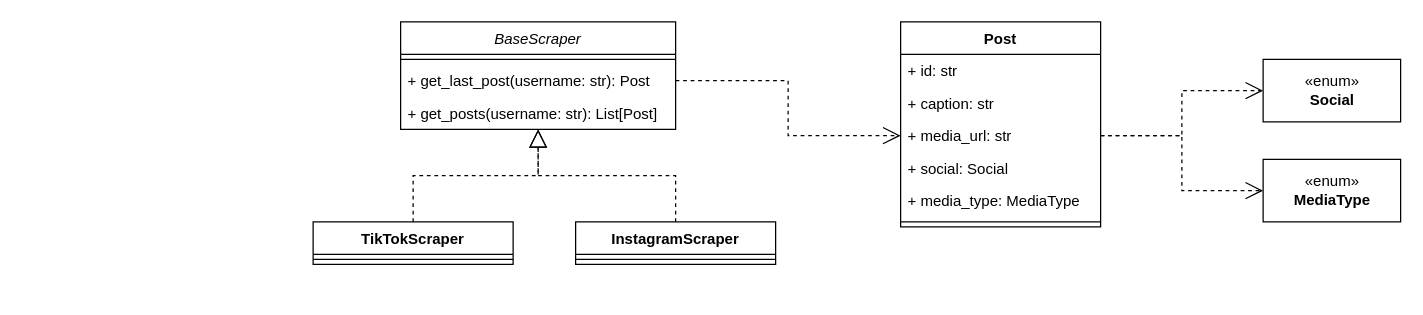
Earlier version of the draw.io diagram docs/assets/drawio/scraping_uml.drawio (Bug-s-Bunny-Team/poc). Source tidied: cells renumbered, new cells numbered last; positions are measured from the earlier drawing's top-left corner, leaving out a move shared by most shapes. Both pictures are drawn from the tidied source at 125%, with x=0, y=0 at pixel (312, 21).
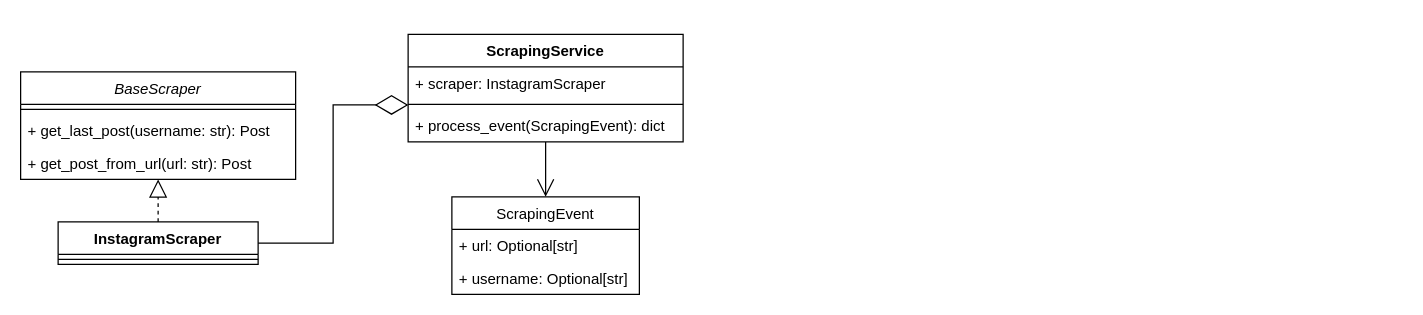
The same page after the edit.

The change refers to these unchanged cells:
```xml
<mxCell id="10" value="+ get_last_post(username: str): Post" style="text;strokeColor=none;fillColor=none;align=left;verticalAlign=top;spacingLeft=4;spacingRight=4;overflow=hidden;points=[[0,0.5],[1,0.5]];portConstraint=eastwest;" parent="8" vertex="1">
  <mxGeometry y="34" width="220" height="26" as="geometry" />
</mxCell>
```

What changed in the source:
```diff
@@
-    <mxCell id="2" style="endArrow=block;dashed=1;endFill=0;endSize=12;html=1;rounded=0;entryX=0.5;entryY=1;entryDx=0;entryDy=0;exitX=0.5;exitY=0;exitDx=0;exitDy=0;edgeStyle=orthogonalEdgeStyle;" parent="1" edge="1" source="4" target="8">
-      <mxGeometry relative="1" as="geometry" />
-    </mxCell>
@@
-    <mxCell id="4" value="TikTokScraper" style="swimlane;fontStyle=1;align=center;verticalAlign=top;horizontal=1;startSize=26;" parent="1" vertex="1">
-      <mxGeometry y="160" width="160" height="34" as="geometry" />
-    </mxCell>
-    <mxCell id="5" style="line;strokeWidth=1;fillColor=none;align=left;verticalAlign=middle;spacingTop=-1;spacingLeft=3;spacingRight=3;labelPosition=right;" parent="4" vertex="1">
-      <mxGeometry y="26" width="160" height="8" as="geometry" />
-    </mxCell>
     <mxCell id="6" value="InstagramScraper" style="swimlane;fontStyle=1;align=center;verticalAlign=top;horizontal=1;startSize=26;" parent="1" vertex="1">
-      <mxGeometry x="210" y="160" width="160" height="34" as="geometry" />
+      <mxGeometry x="-204" y="160" width="160" height="34" as="geometry" />
     </mxCell>
@@
     <mxCell id="8" value="BaseScraper" style="swimlane;fontStyle=2;align=center;verticalAlign=top;horizontal=1;startSize=26;" parent="1" vertex="1">
-      <mxGeometry x="70" width="220" height="86" as="geometry" />
+      <mxGeometry x="-234" y="40" width="220" height="86" as="geometry" />
     </mxCell>
@@
-    <mxCell id="11" value="+ get_posts(username: str): List[Post]" style="text;strokeColor=none;fillColor=none;align=left;verticalAlign=top;spacingLeft=4;spacingRight=4;overflow=hidden;" parent="8" vertex="1">
+    <mxCell id="11" value="+ get_post_from_url(url: str): Post" style="text;strokeColor=none;fillColor=none;align=left;verticalAlign=top;spacingLeft=4;spacingRight=4;overflow=hidden;" parent="8" vertex="1">
       <mxGeometry y="60" width="220" height="26" as="geometry" />
     </mxCell>
-    <mxCell id="12" value="«enum»&lt;br&gt;&lt;b&gt;Social&lt;/b&gt;" style="html=1;" parent="1" vertex="1">
-      <mxGeometry x="760" y="30" width="110" height="50" as="geometry" />
-    </mxCell>
-    <mxCell id="13" value="«enum»&lt;br&gt;&lt;b&gt;MediaType&lt;/b&gt;" style="html=1;" parent="1" vertex="1">
-      <mxGeometry x="760" y="110" width="110" height="50" as="geometry" />
-    </mxCell>
-    <mxCell id="14" value="Post" style="swimlane;fontStyle=1;align=center;verticalAlign=top;horizontal=1;startSize=26;" parent="1" vertex="1">
-      <mxGeometry x="470" width="160" height="164" as="geometry" />
-    </mxCell>
-    <mxCell id="15" value="+ id: str" style="text;strokeColor=none;fillColor=none;align=left;verticalAlign=top;spacingLeft=4;spacingRight=4;overflow=hidden;" parent="14" vertex="1">
-      <mxGeometry y="26" width="160" height="26" as="geometry" />
-    </mxCell>
-    <mxCell id="16" value="+ caption: str" style="text;strokeColor=none;fillColor=none;align=left;verticalAlign=top;spacingLeft=4;spacingRight=4;overflow=hidden;" parent="14" vertex="1">
-      <mxGeometry y="52" width="160" height="26" as="geometry" />
-    </mxCell>
-    <mxCell id="17" value="+ media_url: str" style="text;strokeColor=none;fillColor=none;align=left;verticalAlign=top;spacingLeft=4;spacingRight=4;overflow=hidden;points=[[0,0.5],[1,0.5]];portConstraint=eastwest;" parent="14" vertex="1">
-      <mxGeometry y="78" width="160" height="26" as="geometry" />
-    </mxCell>
-    <mxCell id="18" value="+ social: Social" style="text;strokeColor=none;fillColor=none;align=left;verticalAlign=top;spacingLeft=4;spacingRight=4;overflow=hidden;" parent="14" vertex="1">
-      <mxGeometry y="104" width="160" height="26" as="geometry" />
-    </mxCell>
-    <mxCell id="19" value="+ media_type: MediaType" style="text;strokeColor=none;fillColor=none;align=left;verticalAlign=top;spacingLeft=4;spacingRight=4;overflow=hidden;" parent="14" vertex="1">
-      <mxGeometry y="130" width="160" height="26" as="geometry" />
-    </mxCell>
-    <mxCell id="20" style="line;strokeWidth=1;fillColor=none;align=left;verticalAlign=middle;spacingTop=-1;spacingLeft=3;spacingRight=3;labelPosition=right;" parent="14" vertex="1">
-      <mxGeometry y="156" width="160" height="8" as="geometry" />
-    </mxCell>
-    <mxCell id="21" style="endArrow=open;endSize=12;dashed=1;html=1;rounded=0;exitX=1;exitY=0.5;exitDx=0;exitDy=0;edgeStyle=orthogonalEdgeStyle;entryX=0;entryY=0.5;entryDx=0;entryDy=0;" parent="1" edge="1" source="17" target="12">
-      <mxGeometry relative="1" as="geometry" />
-    </mxCell>
-    <mxCell id="22" style="endArrow=open;endSize=12;dashed=1;html=1;rounded=0;exitX=1;exitY=0.5;exitDx=0;exitDy=0;edgeStyle=orthogonalEdgeStyle;entryX=0;entryY=0.5;entryDx=0;entryDy=0;" parent="1" edge="1" source="17" target="13">
-      <mxGeometry relative="1" as="geometry" />
-    </mxCell>
-    <mxCell id="23" style="endArrow=open;endSize=12;dashed=1;html=1;rounded=0;exitX=1;exitY=0.5;exitDx=0;exitDy=0;edgeStyle=orthogonalEdgeStyle;entryX=0;entryY=0.5;entryDx=0;entryDy=0;" parent="1" edge="1" source="10" target="17">
-      <mxGeometry relative="1" as="geometry" />
-    </mxCell>
+    <mxCell id="24" value="ScrapingService" style="swimlane;fontStyle=1;align=center;verticalAlign=top;horizontal=1;startSize=26;" parent="1" vertex="1">
+      <mxGeometry x="76" y="10" width="220" height="86" as="geometry" />
+    </mxCell>
+    <mxCell id="25" value="+ scraper: InstagramScraper" style="text;strokeColor=none;fillColor=none;align=left;verticalAlign=top;spacingLeft=4;spacingRight=4;overflow=hidden;" parent="24" vertex="1">
+      <mxGeometry y="26" width="220" height="26" as="geometry" />
+    </mxCell>
+    <mxCell id="26" style="line;strokeWidth=1;fillColor=none;align=left;verticalAlign=middle;spacingTop=-1;spacingLeft=3;spacingRight=3;labelPosition=right;points=[];portConstraint=eastwest;" parent="24" vertex="1">
+      <mxGeometry y="52" width="220" height="8" as="geometry" />
+    </mxCell>
+    <mxCell id="27" value="+ process_event(ScrapingEvent): dict" style="text;strokeColor=none;fillColor=none;align=left;verticalAlign=top;spacingLeft=4;spacingRight=4;overflow=hidden;" parent="24" vertex="1">
+      <mxGeometry y="60" width="220" height="26" as="geometry" />
+    </mxCell>
+    <mxCell id="28" style="endArrow=diamondThin;endFill=0;endSize=24;html=1;rounded=0;entryX=0.001;entryY=0.56;entryDx=0;entryDy=0;entryPerimeter=0;exitX=1;exitY=0.5;exitDx=0;exitDy=0;edgeStyle=elbowEdgeStyle;" parent="1" edge="1" source="6" target="26">
+      <mxGeometry relative="1" as="geometry" />
+    </mxCell>
+    <mxCell id="29" value="ScrapingEvent" style="swimlane;fontStyle=0;horizontal=1;startSize=26;fillColor=none;" parent="1" vertex="1">
+      <mxGeometry x="111" y="140" width="150" height="78" as="geometry" />
+    </mxCell>
+    <mxCell id="30" value="+ url: Optional[str]" style="text;strokeColor=none;fillColor=none;align=left;verticalAlign=top;spacingLeft=4;spacingRight=4;overflow=hidden;" parent="29" vertex="1">
+      <mxGeometry y="26" width="150" height="26" as="geometry" />
+    </mxCell>
+    <mxCell id="31" value="+ username: Optional[str]" style="text;strokeColor=none;fillColor=none;align=left;verticalAlign=top;spacingLeft=4;spacingRight=4;overflow=hidden;" parent="29" vertex="1">
+      <mxGeometry y="52" width="150" height="26" as="geometry" />
+    </mxCell>
+    <mxCell id="32" style="endArrow=open;endFill=1;endSize=12;html=1;rounded=0;exitX=0.5;exitY=1;exitDx=0;exitDy=0;entryX=0.5;entryY=0;entryDx=0;entryDy=0;" parent="1" edge="1" source="24" target="29">
+      <mxGeometry relative="1" as="geometry" />
+    </mxCell>
```
